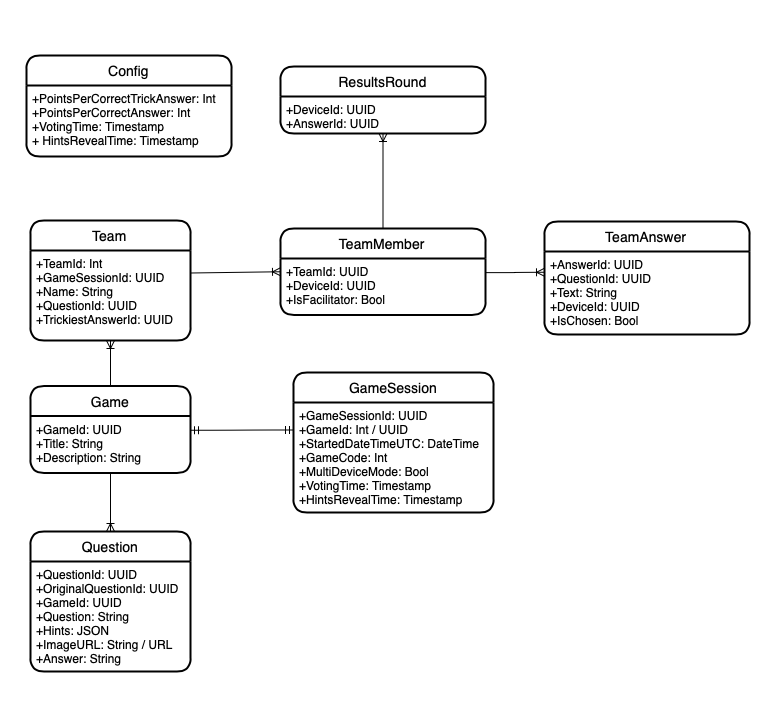
Before: docs/mobile/game-session/img/ERD.png, a diagram exported from draw.io (rightoneducation/righton-app). Source tidied: cells renumbered, new cells last; positions are measured from the earlier drawing's top-left corner, leaving out a move shared by most shapes. The source it was exported from:
```xml
<mxGraphModel>
  <root>
    <mxCell id="0" />
    <mxCell id="1" parent="0" />
    <mxCell id="2" style="rounded=0;whiteSpace=wrap;html=1;strokeColor=none;" parent="1" vertex="1">
      <mxGeometry width="778" height="720" as="geometry" />
    </mxCell>
    <mxCell id="3" value="Config" style="swimlane;horizontal=1;startSize=30;rounded=1;fontSize=14;fontStyle=0;strokeWidth=2;shadow=0;dashed=0;align=center;" parent="1" vertex="1">
      <mxGeometry x="26" y="55" width="205" height="101" as="geometry" />
    </mxCell>
    <mxCell id="4" value="+PointsPerCorrectTrickAnswer: Int&#10;+PointsPerCorrectAnswer: Int&#10;+VotingTime: Timestamp&#10;+ HintsRevealTime: Timestamp" style="align=left;strokeColor=none;fillColor=none;spacingLeft=4;fontSize=12;verticalAlign=top;" parent="3" vertex="1">
      <mxGeometry y="30" width="205" height="71" as="geometry" />
    </mxCell>
    <mxCell id="5" value="GameSession" style="swimlane;horizontal=1;startSize=30;rounded=1;fontSize=14;fontStyle=0;strokeWidth=2;shadow=0;dashed=0;align=center;" parent="1" vertex="1">
      <mxGeometry x="293" y="372" width="200" height="140" as="geometry" />
    </mxCell>
    <mxCell id="6" value="+GameSessionId: UUID&#10;+GameId: Int / UUID&#10;+StartedDateTimeUTC: DateTime&#10;+GameCode: Int&#10;+MultiDeviceMode: Bool&#10;+VotingTime: Timestamp&#10;+HintsRevealTime: Timestamp&#10;" style="align=left;strokeColor=none;fillColor=none;spacingLeft=4;fontSize=12;verticalAlign=top;" parent="5" vertex="1">
      <mxGeometry y="30" width="200" height="110" as="geometry" />
    </mxCell>
    <mxCell id="7" value="Team" style="swimlane;horizontal=1;startSize=30;rounded=1;fontSize=14;fontStyle=0;strokeWidth=2;shadow=0;dashed=0;align=center;" parent="1" vertex="1">
      <mxGeometry x="30" y="220" width="160" height="120" as="geometry" />
    </mxCell>
    <mxCell id="8" value="+TeamId: Int&#10;+GameSessionId: UUID&#10;+Name: String&#10;+QuestionId: UUID&#10;+TrickiestAnswerId: UUID" style="align=left;strokeColor=none;fillColor=none;spacingLeft=4;fontSize=12;verticalAlign=top;" parent="7" vertex="1">
      <mxGeometry y="30" width="160" height="90" as="geometry" />
    </mxCell>
    <mxCell id="9" value="Game" style="swimlane;horizontal=1;startSize=30;rounded=1;fontSize=14;fontStyle=0;strokeWidth=2;shadow=0;dashed=0;align=center;" parent="1" vertex="1">
      <mxGeometry x="30" y="385.5" width="160" height="87" as="geometry" />
    </mxCell>
    <mxCell id="10" value="+GameId: UUID&#10;+Title: String&#10;+Description: String&#10;" style="align=left;strokeColor=none;fillColor=none;spacingLeft=4;fontSize=12;verticalAlign=top;" parent="9" vertex="1">
      <mxGeometry y="30" width="160" height="57" as="geometry" />
    </mxCell>
    <mxCell id="11" value="Question" style="swimlane;horizontal=1;startSize=30;rounded=1;fontSize=14;fontStyle=0;strokeWidth=2;shadow=0;dashed=0;align=center;" parent="1" vertex="1">
      <mxGeometry x="30" y="531" width="160" height="140" as="geometry" />
    </mxCell>
    <mxCell id="12" value="+QuestionId: UUID&#10;+OriginalQuestionId: UUID&#10;+GameId: UUID&#10;+Question: String&#10;+Hints: JSON&#10;+ImageURL: String / URL&#10;+Answer: String&#10;" style="align=left;strokeColor=none;fillColor=none;spacingLeft=4;fontSize=12;verticalAlign=top;" parent="11" vertex="1">
      <mxGeometry y="30" width="160" height="110" as="geometry" />
    </mxCell>
    <mxCell id="13" style="fontSize=12;html=1;endArrow=ERoneToMany;exitX=0.5;exitY=1;exitDx=0;exitDy=0;entryX=0.5;entryY=0;entryDx=0;entryDy=0;" parent="1" edge="1" source="10" target="11">
      <mxGeometry relative="1" as="geometry" />
    </mxCell>
    <mxCell id="14" style="edgeStyle=entityRelationEdgeStyle;fontSize=12;html=1;endArrow=ERmandOne;startArrow=ERmandOne;exitX=1;exitY=0.25;exitDx=0;exitDy=0;entryX=0;entryY=0.25;entryDx=0;entryDy=0;" parent="1" edge="1" source="10" target="6">
      <mxGeometry relative="1" as="geometry" />
    </mxCell>
    <mxCell id="15" style="fontSize=12;html=1;endArrow=ERoneToMany;exitX=0.5;exitY=0;exitDx=0;exitDy=0;entryX=0.5;entryY=1;entryDx=0;entryDy=0;" parent="1" edge="1" source="9" target="8">
      <mxGeometry relative="1" as="geometry" />
    </mxCell>
    <mxCell id="16" value="TeamMember" style="swimlane;horizontal=1;startSize=30;rounded=1;fontSize=14;fontStyle=0;strokeWidth=2;shadow=0;dashed=0;align=center;" parent="1" vertex="1">
      <mxGeometry x="280" y="228" width="205" height="86.5" as="geometry" />
    </mxCell>
    <mxCell id="17" value="+TeamId: UUID&#10;+DeviceId: UUID&#10;+IsFacilitator: Bool" style="align=left;strokeColor=none;fillColor=none;spacingLeft=4;fontSize=12;verticalAlign=top;" parent="16" vertex="1">
      <mxGeometry y="30" width="205" height="56.5" as="geometry" />
    </mxCell>
    <mxCell id="18" style="fontSize=12;html=1;endArrow=ERoneToMany;exitX=1;exitY=0.25;exitDx=0;exitDy=0;entryX=0;entryY=0.5;entryDx=0;entryDy=0;" parent="1" edge="1" source="8" target="16">
      <mxGeometry relative="1" as="geometry" />
    </mxCell>
    <mxCell id="19" value="TeamAnswer" style="swimlane;horizontal=1;startSize=30;rounded=1;fontSize=14;fontStyle=0;strokeWidth=2;shadow=0;dashed=0;align=center;" parent="1" vertex="1">
      <mxGeometry x="544" y="221" width="205" height="113" as="geometry" />
    </mxCell>
    <mxCell id="20" value="+AnswerId: UUID&#10;+QuestionId: UUID&#10;+Text: String&#10;+DeviceId: UUID&#10;+IsChosen: Bool" style="align=left;strokeColor=none;fillColor=none;spacingLeft=4;fontSize=12;verticalAlign=top;" parent="19" vertex="1">
      <mxGeometry y="30" width="205" height="83" as="geometry" />
    </mxCell>
    <mxCell id="21" style="edgeStyle=entityRelationEdgeStyle;fontSize=12;html=1;endArrow=ERoneToMany;exitX=1;exitY=0.25;exitDx=0;exitDy=0;entryX=0;entryY=0.25;entryDx=0;entryDy=0;" parent="1" edge="1" source="17" target="20">
      <mxGeometry relative="1" as="geometry" />
    </mxCell>
    <mxCell id="22" value="ResultsRound" style="swimlane;horizontal=1;startSize=30;rounded=1;fontSize=14;fontStyle=0;strokeWidth=2;shadow=0;dashed=0;align=center;" parent="1" vertex="1">
      <mxGeometry x="280" y="66" width="205" height="67" as="geometry" />
    </mxCell>
    <mxCell id="23" value="+DeviceId: UUID&#10;+AnswerId: UUID" style="align=left;strokeColor=none;fillColor=none;spacingLeft=4;fontSize=12;verticalAlign=top;" parent="22" vertex="1">
      <mxGeometry y="30" width="205" height="37" as="geometry" />
    </mxCell>
    <mxCell id="24" style="fontSize=12;html=1;endArrow=ERoneToMany;exitX=0.5;exitY=0;exitDx=0;exitDy=0;entryX=0.5;entryY=1;entryDx=0;entryDy=0;" parent="1" edge="1" source="16" target="23">
      <mxGeometry relative="1" as="geometry" />
    </mxCell>
  </root>
</mxGraphModel>
```
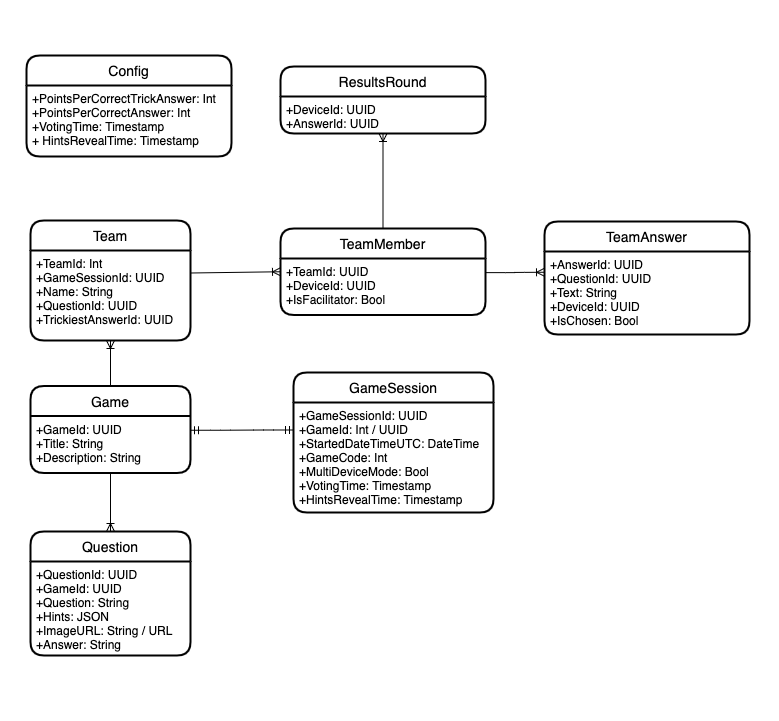
Later version of the same file.

Diff of the diagram source:
```diff
@@ -30,10 +30,10 @@
       <mxGeometry y="30" width="160" height="57" as="geometry" />
     </mxCell>
     <mxCell id="11" value="Question" style="swimlane;horizontal=1;startSize=30;rounded=1;fontSize=14;fontStyle=0;strokeWidth=2;shadow=0;dashed=0;align=center;" parent="1" vertex="1">
-      <mxGeometry x="30" y="531" width="160" height="140" as="geometry" />
+      <mxGeometry x="30" y="531" width="160" height="124" as="geometry" />
     </mxCell>
-    <mxCell id="12" value="+QuestionId: UUID&#10;+OriginalQuestionId: UUID&#10;+GameId: UUID&#10;+Question: String&#10;+Hints: JSON&#10;+ImageURL: String / URL&#10;+Answer: String&#10;" style="align=left;strokeColor=none;fillColor=none;spacingLeft=4;fontSize=12;verticalAlign=top;" parent="11" vertex="1">
-      <mxGeometry y="30" width="160" height="110" as="geometry" />
+    <mxCell id="12" value="+QuestionId: UUID&#10;+GameId: UUID&#10;+Question: String&#10;+Hints: JSON&#10;+ImageURL: String / URL&#10;+Answer: String&#10;" style="align=left;strokeColor=none;fillColor=none;spacingLeft=4;fontSize=12;verticalAlign=top;" parent="11" vertex="1">
+      <mxGeometry y="30" width="160" height="94" as="geometry" />
     </mxCell>
     <mxCell id="13" style="fontSize=12;html=1;endArrow=ERoneToMany;exitX=0.5;exitY=1;exitDx=0;exitDy=0;entryX=0.5;entryY=0;entryDx=0;entryDy=0;" parent="1" edge="1" source="10" target="11">
       <mxGeometry relative="1" as="geometry" />
```
